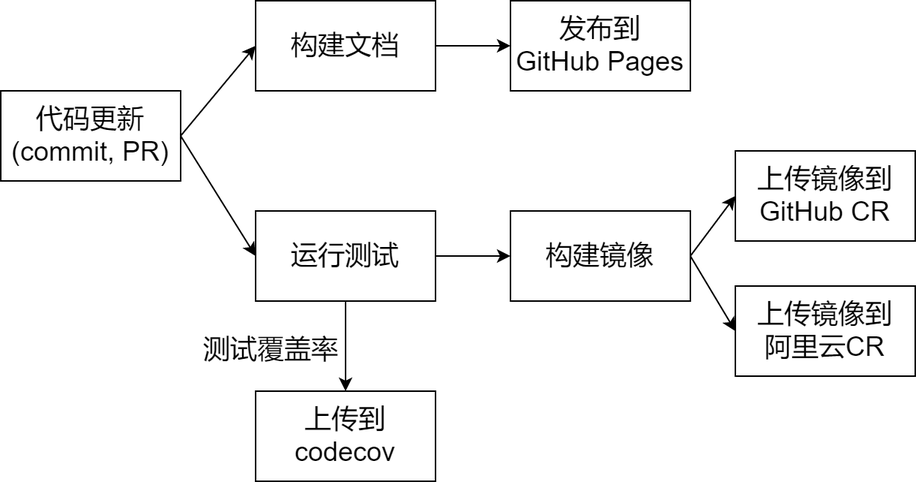
PKUHPC/OpenSCOW keeps this draw.io diagram as docs/diagrams/ci.png. Above is the earlier version. Source tidied: cells renumbered, new cells last; positions are measured from the earlier drawing's top-left corner, leaving out a move shared by most shapes.
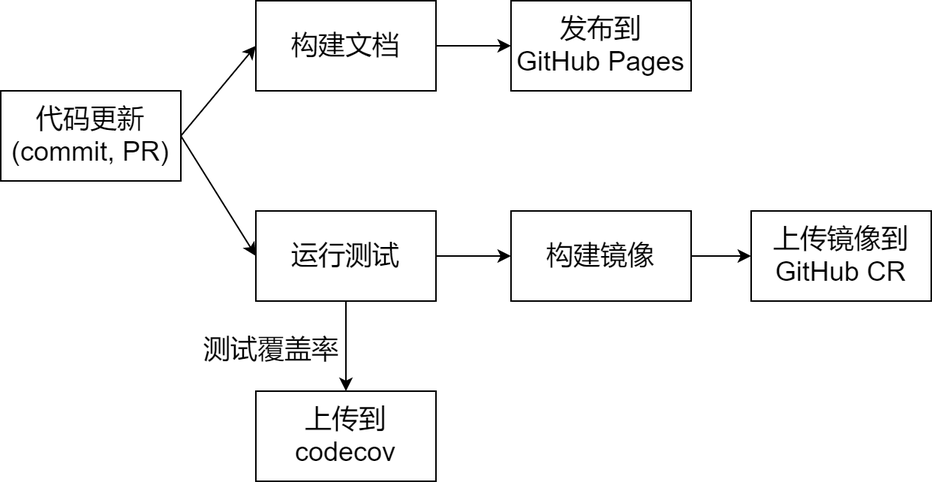
The same file after the commit.

Change to the diagram source:
```diff
@@ -40,17 +40,11 @@
     <mxCell id="13" style="edgeStyle=none;exitX=1;exitY=0.5;exitDx=0;exitDy=0;entryX=0;entryY=0.5;entryDx=0;entryDy=0;fontSize=18;labelBackgroundColor=none;" parent="1" edge="1" source="15" target="16">
       <mxGeometry relative="1" as="geometry" />
     </mxCell>
-    <mxCell id="14" style="edgeStyle=none;entryX=0;entryY=0.5;entryDx=0;entryDy=0;fontSize=18;labelBackgroundColor=none;exitX=1;exitY=0.5;exitDx=0;exitDy=0;" parent="1" edge="1" source="15" target="17">
-      <mxGeometry relative="1" as="geometry" />
-    </mxCell>
     <mxCell id="15" value="构建镜像" style="rounded=0;whiteSpace=wrap;fontSize=18;labelBackgroundColor=none;" parent="1" vertex="1">
       <mxGeometry x="340" y="140" width="120" height="60" as="geometry" />
     </mxCell>
     <mxCell id="16" value="上传镜像到GitHub CR" style="rounded=0;whiteSpace=wrap;fontSize=18;labelBackgroundColor=none;" parent="1" vertex="1">
-      <mxGeometry x="490" y="100" width="120" height="60" as="geometry" />
+      <mxGeometry x="500" y="140" width="120" height="60" as="geometry" />
     </mxCell>
-    <mxCell id="17" value="上传镜像到&#10;阿里云CR" style="rounded=0;whiteSpace=wrap;fontSize=18;labelBackgroundColor=none;" parent="1" vertex="1">
-      <mxGeometry x="490" y="190" width="120" height="60" as="geometry" />
-    </mxCell>
   </root>
 </mxGraphModel>
```
